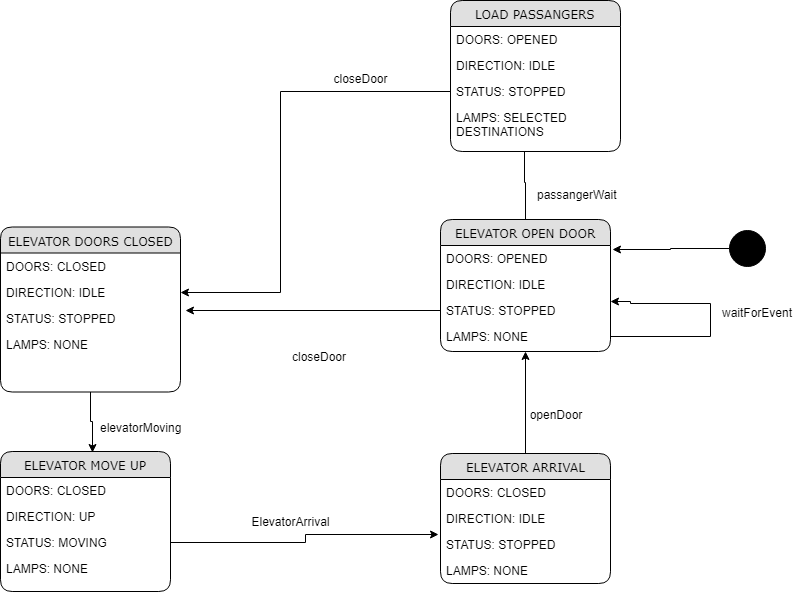
Before: doc/ElevatorStateDiagram.png, a diagram exported from draw.io (bearium/SYSC3303-Group-7). Source tidied: cells renumbered, new cells last; positions are measured from the earlier drawing's top-left corner, leaving out a move shared by most shapes. Source of this version:
```xml
<mxGraphModel background="#ffffff">
  <root>
    <mxCell id="0" />
    <mxCell id="1" parent="0" />
    <mxCell id="2" style="edgeStyle=orthogonalEdgeStyle;rounded=0;jettySize=auto;html=1;entryX=0.541;entryY=0.009;entryDx=0;entryDy=0;entryPerimeter=0;" parent="1" edge="1" source="3" target="8">
      <mxGeometry relative="1" as="geometry" />
    </mxCell>
    <mxCell id="3" value="ELEVATOR DOORS CLOSED" style="swimlane;html=1;fontStyle=0;horizontal=1;startSize=26;fillColor=#e0e0e0;swimlaneFillColor=#ffffff;align=center;rounded=1;shadow=0;comic=0;labelBackgroundColor=none;strokeColor=#000000;strokeWidth=1;fontFamily=Verdana;fontSize=12;fontColor=#000000;" parent="1" vertex="1">
      <mxGeometry y="226.5" width="180" height="165" as="geometry" />
    </mxCell>
    <mxCell id="4" value="DOORS: CLOSED" style="text;html=1;strokeColor=none;fillColor=none;spacingLeft=4;spacingRight=4;whiteSpace=wrap;overflow=hidden;" parent="3" vertex="1">
      <mxGeometry y="26" width="180" height="26" as="geometry" />
    </mxCell>
    <mxCell id="5" value="DIRECTION: IDLE" style="text;html=1;strokeColor=none;fillColor=none;spacingLeft=4;spacingRight=4;whiteSpace=wrap;overflow=hidden;points=[[0,0.5],[1,0.5]];portConstraint=eastwest;" parent="3" vertex="1">
      <mxGeometry y="52" width="180" height="26" as="geometry" />
    </mxCell>
    <mxCell id="6" value="STATUS: STOPPED" style="text;html=1;strokeColor=none;fillColor=none;spacingLeft=4;spacingRight=4;whiteSpace=wrap;overflow=hidden;points=[[0,0.5],[1,0.5]];portConstraint=eastwest;" parent="3" vertex="1">
      <mxGeometry y="78" width="180" height="26" as="geometry" />
    </mxCell>
    <mxCell id="7" value="LAMPS: NONE" style="text;html=1;strokeColor=none;fillColor=none;spacingLeft=4;spacingRight=4;whiteSpace=wrap;overflow=hidden;" parent="3" vertex="1">
      <mxGeometry y="104" width="180" height="26" as="geometry" />
    </mxCell>
    <mxCell id="8" value="ELEVATOR MOVE UP" style="swimlane;html=1;fontStyle=0;horizontal=1;startSize=26;fillColor=#e0e0e0;swimlaneFillColor=#ffffff;align=center;rounded=1;shadow=0;comic=0;labelBackgroundColor=none;strokeColor=#000000;strokeWidth=1;fontFamily=Verdana;fontSize=12;fontColor=#000000;" parent="1" vertex="1">
      <mxGeometry y="451" width="170" height="140" as="geometry" />
    </mxCell>
    <mxCell id="9" value="DOORS: CLOSED" style="text;html=1;strokeColor=none;fillColor=none;spacingLeft=4;spacingRight=4;whiteSpace=wrap;overflow=hidden;" parent="8" vertex="1">
      <mxGeometry y="26" width="170" height="26" as="geometry" />
    </mxCell>
    <mxCell id="10" value="DIRECTION: UP" style="text;html=1;strokeColor=none;fillColor=none;spacingLeft=4;spacingRight=4;whiteSpace=wrap;overflow=hidden;" parent="8" vertex="1">
      <mxGeometry y="52" width="170" height="26" as="geometry" />
    </mxCell>
    <mxCell id="11" value="STATUS: MOVING" style="text;html=1;strokeColor=none;fillColor=none;spacingLeft=4;spacingRight=4;whiteSpace=wrap;overflow=hidden;points=[[0,0.5],[1,0.5]];portConstraint=eastwest;" parent="8" vertex="1">
      <mxGeometry y="78" width="170" height="26" as="geometry" />
    </mxCell>
    <mxCell id="12" value="LAMPS: NONE" style="text;html=1;strokeColor=none;fillColor=none;spacingLeft=4;spacingRight=4;whiteSpace=wrap;overflow=hidden;" parent="8" vertex="1">
      <mxGeometry y="104" width="170" height="26" as="geometry" />
    </mxCell>
    <mxCell id="13" style="edgeStyle=orthogonalEdgeStyle;rounded=0;jettySize=auto;html=1;entryX=0.5;entryY=1;entryDx=0;entryDy=0;" parent="1" edge="1" source="14" target="20">
      <mxGeometry relative="1" as="geometry" />
    </mxCell>
    <mxCell id="14" value="ELEVATOR ARRIVAL" style="swimlane;html=1;fontStyle=0;horizontal=1;startSize=26;fillColor=#e0e0e0;swimlaneFillColor=#ffffff;align=center;rounded=1;shadow=0;comic=0;labelBackgroundColor=none;strokeColor=#000000;strokeWidth=1;fontFamily=Verdana;fontSize=12;fontColor=#000000;" parent="1" vertex="1">
      <mxGeometry x="440" y="453" width="170" height="130" as="geometry" />
    </mxCell>
    <mxCell id="15" value="DOORS: CLOSED" style="text;html=1;strokeColor=none;fillColor=none;spacingLeft=4;spacingRight=4;whiteSpace=wrap;overflow=hidden;" parent="14" vertex="1">
      <mxGeometry y="26" width="170" height="26" as="geometry" />
    </mxCell>
    <mxCell id="16" value="DIRECTION: IDLE" style="text;html=1;strokeColor=none;fillColor=none;spacingLeft=4;spacingRight=4;whiteSpace=wrap;overflow=hidden;" parent="14" vertex="1">
      <mxGeometry y="52" width="170" height="26" as="geometry" />
    </mxCell>
    <mxCell id="17" value="STATUS: STOPPED" style="text;html=1;strokeColor=none;fillColor=none;spacingLeft=4;spacingRight=4;whiteSpace=wrap;overflow=hidden;points=[[0,0.5],[1,0.5]];portConstraint=eastwest;" parent="14" vertex="1">
      <mxGeometry y="78" width="170" height="26" as="geometry" />
    </mxCell>
    <mxCell id="18" value="LAMPS: NONE" style="text;html=1;strokeColor=none;fillColor=none;spacingLeft=4;spacingRight=4;whiteSpace=wrap;overflow=hidden;" parent="14" vertex="1">
      <mxGeometry y="104" width="170" height="26" as="geometry" />
    </mxCell>
    <mxCell id="19" style="edgeStyle=orthogonalEdgeStyle;rounded=0;jettySize=auto;html=1;entryX=0.435;entryY=0.975;entryDx=0;entryDy=0;entryPerimeter=0;" parent="1" edge="1" source="20" target="30">
      <mxGeometry relative="1" as="geometry" />
    </mxCell>
    <mxCell id="20" value="ELEVATOR OPEN DOOR" style="swimlane;html=1;fontStyle=0;horizontal=1;startSize=26;fillColor=#e0e0e0;swimlaneFillColor=#ffffff;align=center;rounded=1;shadow=0;comic=0;labelBackgroundColor=none;strokeColor=#000000;strokeWidth=1;fontFamily=Verdana;fontSize=12;fontColor=#000000;" parent="1" vertex="1">
      <mxGeometry x="440" y="219" width="170" height="132" as="geometry" />
    </mxCell>
    <mxCell id="21" value="DOORS: OPENED" style="text;html=1;strokeColor=none;fillColor=none;spacingLeft=4;spacingRight=4;whiteSpace=wrap;overflow=hidden;points=[[0,0.5],[1,0.5]];portConstraint=eastwest;" parent="20" vertex="1">
      <mxGeometry y="26" width="170" height="26" as="geometry" />
    </mxCell>
    <mxCell id="22" value="DIRECTION: IDLE" style="text;html=1;strokeColor=none;fillColor=none;spacingLeft=4;spacingRight=4;whiteSpace=wrap;overflow=hidden;" parent="20" vertex="1">
      <mxGeometry y="52" width="170" height="26" as="geometry" />
    </mxCell>
    <mxCell id="23" value="STATUS: STOPPED" style="text;html=1;strokeColor=none;fillColor=none;spacingLeft=4;spacingRight=4;whiteSpace=wrap;overflow=hidden;points=[[0,0.5],[1,0.5]];portConstraint=eastwest;" parent="20" vertex="1">
      <mxGeometry y="78" width="170" height="26" as="geometry" />
    </mxCell>
    <mxCell id="24" style="edgeStyle=orthogonalEdgeStyle;rounded=0;jettySize=auto;html=1;entryX=1;entryY=0.154;entryDx=0;entryDy=0;entryPerimeter=0;" parent="20" edge="1" source="25" target="23">
      <mxGeometry relative="1" as="geometry">
        <Array as="points">
          <mxPoint x="270" y="117" />
          <mxPoint x="270" y="84" />
          <mxPoint x="190" y="84" />
          <mxPoint x="190" y="82" />
        </Array>
      </mxGeometry>
    </mxCell>
    <mxCell id="25" value="LAMPS: NONE" style="text;html=1;strokeColor=none;fillColor=none;spacingLeft=4;spacingRight=4;whiteSpace=wrap;overflow=hidden;points=[[0,0.5],[1,0.5]];portConstraint=eastwest;" parent="20" vertex="1">
      <mxGeometry y="104" width="170" height="26" as="geometry" />
    </mxCell>
    <mxCell id="26" value="LOAD PASSANGERS" style="swimlane;html=1;fontStyle=0;horizontal=1;startSize=26;fillColor=#e0e0e0;swimlaneFillColor=#ffffff;align=center;rounded=1;shadow=0;comic=0;labelBackgroundColor=none;strokeColor=#000000;strokeWidth=1;fontFamily=Verdana;fontSize=12;fontColor=#000000;" parent="1" vertex="1">
      <mxGeometry x="450" width="170" height="151" as="geometry" />
    </mxCell>
    <mxCell id="27" value="DOORS: OPENED" style="text;html=1;strokeColor=none;fillColor=none;spacingLeft=4;spacingRight=4;whiteSpace=wrap;overflow=hidden;" parent="26" vertex="1">
      <mxGeometry y="26" width="170" height="26" as="geometry" />
    </mxCell>
    <mxCell id="28" value="DIRECTION: IDLE" style="text;html=1;strokeColor=none;fillColor=none;spacingLeft=4;spacingRight=4;whiteSpace=wrap;overflow=hidden;" parent="26" vertex="1">
      <mxGeometry y="52" width="170" height="26" as="geometry" />
    </mxCell>
    <mxCell id="29" value="STATUS: STOPPED" style="text;html=1;strokeColor=none;fillColor=none;spacingLeft=4;spacingRight=4;whiteSpace=wrap;overflow=hidden;" parent="26" vertex="1">
      <mxGeometry y="78" width="170" height="26" as="geometry" />
    </mxCell>
    <mxCell id="30" value="LAMPS: SELECTED DESTINATIONS" style="text;html=1;strokeColor=none;fillColor=none;spacingLeft=4;spacingRight=4;whiteSpace=wrap;overflow=hidden;points=[[0,0.5],[1,0.5]];portConstraint=eastwest;" parent="26" vertex="1">
      <mxGeometry y="104" width="170" height="40" as="geometry" />
    </mxCell>
    <mxCell id="31" style="edgeStyle=orthogonalEdgeStyle;rounded=0;jettySize=auto;html=1;entryX=1.028;entryY=0.212;entryDx=0;entryDy=0;entryPerimeter=0;" parent="1" edge="1" source="23" target="6">
      <mxGeometry relative="1" as="geometry" />
    </mxCell>
    <mxCell id="32" style="edgeStyle=orthogonalEdgeStyle;rounded=0;jettySize=auto;html=1;entryX=1;entryY=0.5;entryDx=0;entryDy=0;" parent="1" edge="1" target="5">
      <mxGeometry relative="1" as="geometry">
        <mxPoint x="450" y="91" as="sourcePoint" />
        <Array as="points">
          <mxPoint x="280" y="91" />
          <mxPoint x="280" y="292" />
        </Array>
      </mxGeometry>
    </mxCell>
    <mxCell id="33" value="openDoor" style="text;html=1;strokeColor=none;fillColor=none;align=center;verticalAlign=middle;whiteSpace=wrap;rounded=0;" parent="1" vertex="1">
      <mxGeometry x="535" y="404" width="40" height="20" as="geometry" />
    </mxCell>
    <mxCell id="34" value="ElevatorArrival" style="text;html=1;strokeColor=none;fillColor=none;align=center;verticalAlign=middle;whiteSpace=wrap;rounded=0;" parent="1" vertex="1">
      <mxGeometry x="270" y="511" width="40" height="20" as="geometry" />
    </mxCell>
    <mxCell id="35" value="closeDoor" style="text;html=1;strokeColor=none;fillColor=none;align=center;verticalAlign=middle;whiteSpace=wrap;rounded=0;" parent="1" vertex="1">
      <mxGeometry x="340" y="68" width="40" height="20" as="geometry" />
    </mxCell>
    <mxCell id="36" value="passangerWait" style="text;html=1;align=left;verticalAlign=top;spacingTop=-4;" parent="1" vertex="1">
      <mxGeometry x="535" y="184.5" width="100" height="20" as="geometry" />
    </mxCell>
    <mxCell id="37" value="waitForEvent" style="text;html=1;align=left;verticalAlign=top;spacingTop=-4;" parent="1" vertex="1">
      <mxGeometry x="720" y="303" width="90" height="20" as="geometry" />
    </mxCell>
    <mxCell id="38" value="closeDoor" style="text;html=1;align=left;verticalAlign=top;spacingTop=-4;" parent="1" vertex="1">
      <mxGeometry x="290" y="346.5" width="70" height="20" as="geometry" />
    </mxCell>
    <mxCell id="39" value="elevatorMoving" style="text;html=1;align=left;verticalAlign=top;spacingTop=-4;" parent="1" vertex="1">
      <mxGeometry x="98" y="418" width="100" height="20" as="geometry" />
    </mxCell>
    <mxCell id="40" style="edgeStyle=orthogonalEdgeStyle;rounded=0;jettySize=auto;html=1;entryX=-0.012;entryY=0.115;entryDx=0;entryDy=0;entryPerimeter=0;" parent="1" edge="1" source="11" target="17">
      <mxGeometry relative="1" as="geometry" />
    </mxCell>
    <mxCell id="41" style="edgeStyle=orthogonalEdgeStyle;rounded=0;jettySize=auto;html=1;entryX=1.012;entryY=0.154;entryDx=0;entryDy=0;entryPerimeter=0;" parent="1" edge="1" source="42" target="21">
      <mxGeometry relative="1" as="geometry" />
    </mxCell>
    <mxCell id="42" style="ellipse;whiteSpace=wrap;html=1;fillColor=#000000;" parent="1" vertex="1">
      <mxGeometry x="729" y="229.5" width="36" height="36" as="geometry" />
    </mxCell>
  </root>
</mxGraphModel>
```
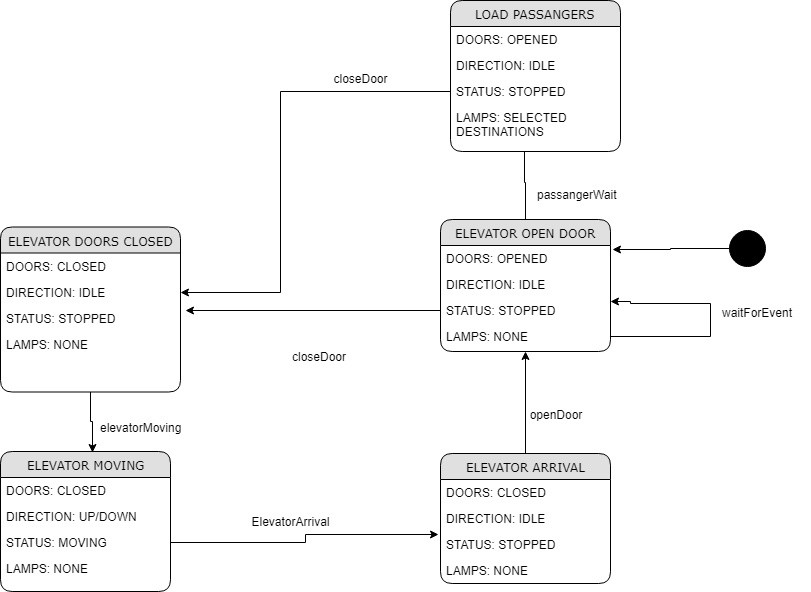
The same diagram one commit later.

Change to the diagram source:
```diff
@@ -20,13 +20,13 @@
     <mxCell id="7" value="LAMPS: NONE" style="text;html=1;strokeColor=none;fillColor=none;spacingLeft=4;spacingRight=4;whiteSpace=wrap;overflow=hidden;" parent="3" vertex="1">
       <mxGeometry y="104" width="180" height="26" as="geometry" />
     </mxCell>
-    <mxCell id="8" value="ELEVATOR MOVE UP" style="swimlane;html=1;fontStyle=0;horizontal=1;startSize=26;fillColor=#e0e0e0;swimlaneFillColor=#ffffff;align=center;rounded=1;shadow=0;comic=0;labelBackgroundColor=none;strokeColor=#000000;strokeWidth=1;fontFamily=Verdana;fontSize=12;fontColor=#000000;" parent="1" vertex="1">
+    <mxCell id="8" value="ELEVATOR MOVING" style="swimlane;html=1;fontStyle=0;horizontal=1;startSize=26;fillColor=#e0e0e0;swimlaneFillColor=#ffffff;align=center;rounded=1;shadow=0;comic=0;labelBackgroundColor=none;strokeColor=#000000;strokeWidth=1;fontFamily=Verdana;fontSize=12;fontColor=#000000;" parent="1" vertex="1">
       <mxGeometry y="451" width="170" height="140" as="geometry" />
     </mxCell>
     <mxCell id="9" value="DOORS: CLOSED" style="text;html=1;strokeColor=none;fillColor=none;spacingLeft=4;spacingRight=4;whiteSpace=wrap;overflow=hidden;" parent="8" vertex="1">
       <mxGeometry y="26" width="170" height="26" as="geometry" />
     </mxCell>
-    <mxCell id="10" value="DIRECTION: UP" style="text;html=1;strokeColor=none;fillColor=none;spacingLeft=4;spacingRight=4;whiteSpace=wrap;overflow=hidden;" parent="8" vertex="1">
+    <mxCell id="10" value="DIRECTION: UP/DOWN" style="text;html=1;strokeColor=none;fillColor=none;spacingLeft=4;spacingRight=4;whiteSpace=wrap;overflow=hidden;" parent="8" vertex="1">
       <mxGeometry y="52" width="170" height="26" as="geometry" />
     </mxCell>
     <mxCell id="11" value="STATUS: MOVING" style="text;html=1;strokeColor=none;fillColor=none;spacingLeft=4;spacingRight=4;whiteSpace=wrap;overflow=hidden;points=[[0,0.5],[1,0.5]];portConstraint=eastwest;" parent="8" vertex="1">
```
